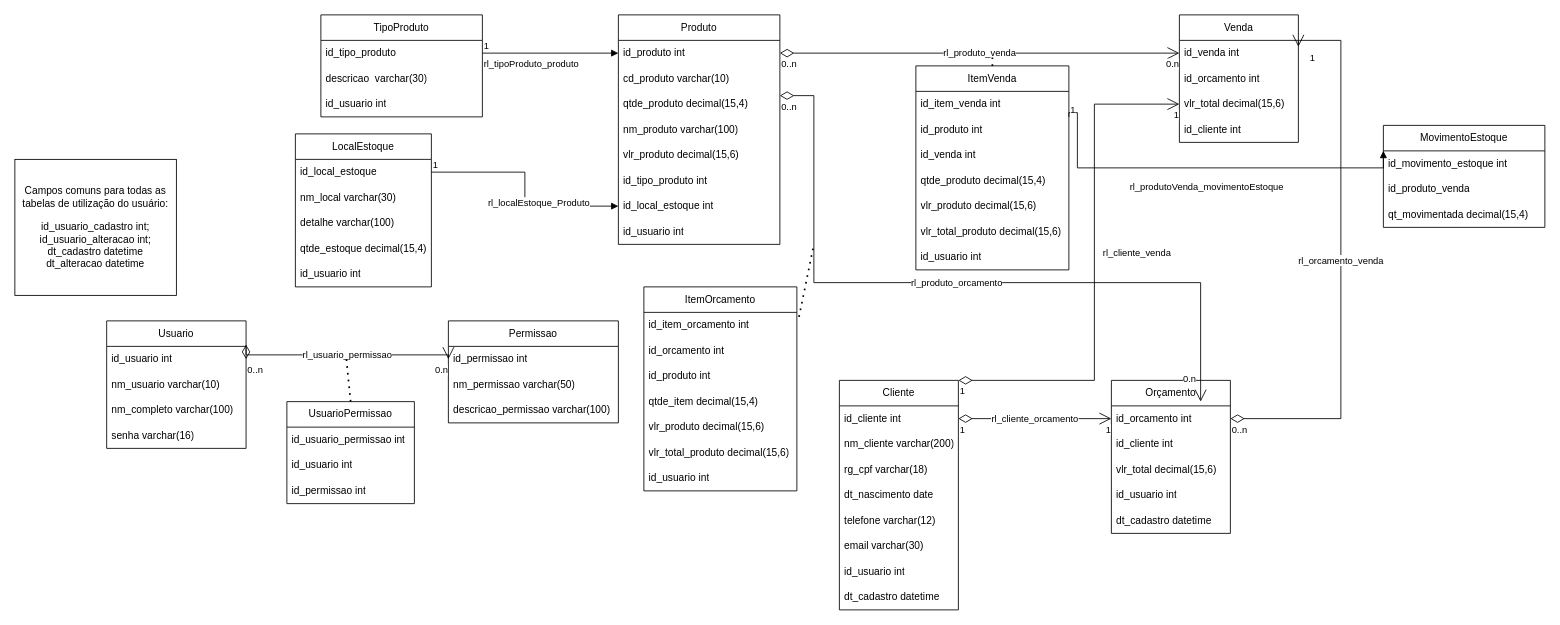
GabrielCastilhoRodrigues/LojaCelular keeps this draw.io diagram as Diagrama sem nome.drawio. Above is the earlier version. Source tidied: cells renumbered, new cells numbered last; positions are measured from the earlier drawing's top-left corner, leaving out a move shared by most shapes. Both pictures are drawn from the tidied source at 85%, with x=0, y=0 at pixel (14, 14).
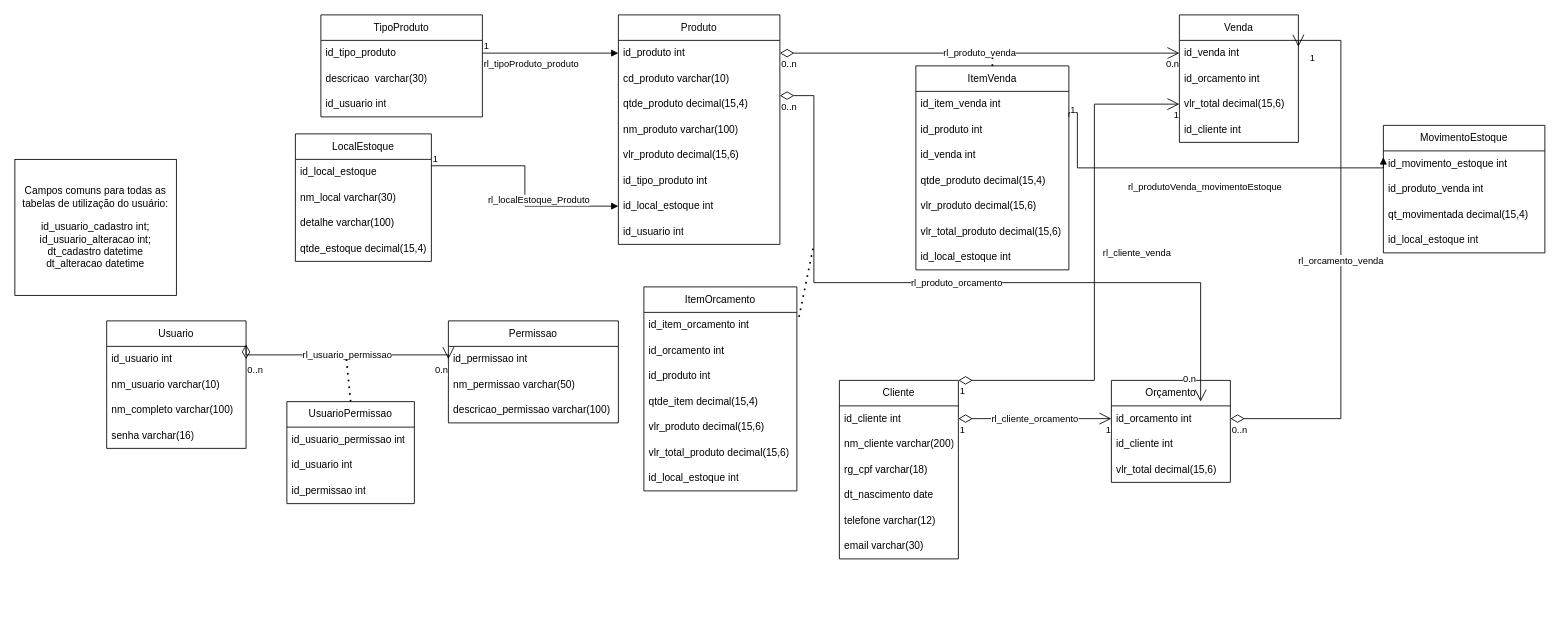
After the change.

Commit message:
Ajuste ID de local de estoque

The change refers to these unchanged cells:
```xml
<mxCell id="16" value="ItemVenda" style="swimlane;fontStyle=0;horizontal=1;startSize=30;whiteSpace=wrap;html=1;" parent="1" vertex="1">
  <mxGeometry x="1060" y="60" width="180" height="240" as="geometry" />
</mxCell>
<mxCell id="49" value="ItemOrcamento" style="swimlane;fontStyle=0;horizontal=1;startSize=30;whiteSpace=wrap;html=1;" parent="1" vertex="1">
  <mxGeometry x="740" y="320" width="180" height="240" as="geometry" />
</mxCell>
```

What changed in the source:
```diff
@@
-    <mxCell id="23" value="id_usuario int" style="text;strokeColor=none;fillColor=none;align=left;verticalAlign=middle;spacingLeft=4;spacingRight=4;overflow=hidden;whiteSpace=wrap;html=1;" parent="16" vertex="1">
+    <mxCell id="23" value="id_local_estoque int" style="text;strokeColor=none;fillColor=none;align=left;verticalAlign=middle;spacingLeft=4;spacingRight=4;overflow=hidden;whiteSpace=wrap;html=1;" parent="16" vertex="1">
       <mxGeometry y="210" width="180" height="30" as="geometry" />
     </mxCell>
@@
     <mxCell id="28" value="Cliente" style="swimlane;fontStyle=0;horizontal=1;startSize=30;whiteSpace=wrap;html=1;" parent="1" vertex="1">
-      <mxGeometry x="970" y="430" width="140" height="270" as="geometry" />
+      <mxGeometry x="970" y="430" width="140" height="210" as="geometry" />
     </mxCell>
@@
-    <mxCell id="35" value="id_usuario int" style="text;strokeColor=none;fillColor=none;align=left;verticalAlign=middle;spacingLeft=4;spacingRight=4;overflow=hidden;whiteSpace=wrap;html=1;" parent="28" vertex="1">
-      <mxGeometry y="210" width="140" height="30" as="geometry" />
-    </mxCell>
-    <mxCell id="36" value="dt_cadastro datetime" style="text;strokeColor=none;fillColor=none;align=left;verticalAlign=middle;spacingLeft=4;spacingRight=4;overflow=hidden;whiteSpace=wrap;html=1;" parent="28" vertex="1">
-      <mxGeometry y="240" width="140" height="30" as="geometry" />
-    </mxCell>
     <mxCell id="37" value="Orçamento" style="swimlane;fontStyle=0;horizontal=1;startSize=30;whiteSpace=wrap;html=1;" parent="1" vertex="1">
-      <mxGeometry x="1290" y="430" width="140" height="180" as="geometry" />
+      <mxGeometry x="1290" y="430" width="140" height="120" as="geometry" />
     </mxCell>
@@
-    <mxCell id="41" value="id_usuario int" style="text;strokeColor=none;fillColor=none;align=left;verticalAlign=middle;spacingLeft=4;spacingRight=4;overflow=hidden;whiteSpace=wrap;html=1;" parent="37" vertex="1">
-      <mxGeometry y="120" width="140" height="30" as="geometry" />
-    </mxCell>
-    <mxCell id="42" value="dt_cadastro datetime" style="text;strokeColor=none;fillColor=none;align=left;verticalAlign=middle;spacingLeft=4;spacingRight=4;overflow=hidden;whiteSpace=wrap;html=1;" parent="37" vertex="1">
-      <mxGeometry y="150" width="140" height="30" as="geometry" />
-    </mxCell>
@@
-    <mxCell id="56" value="id_usuario int" style="text;strokeColor=none;fillColor=none;align=left;verticalAlign=middle;spacingLeft=4;spacingRight=4;overflow=hidden;whiteSpace=wrap;html=1;" parent="49" vertex="1">
-      <mxGeometry y="210" width="180" height="30" as="geometry" />
-    </mxCell>
+    <mxCell id="102" value="id_local_estoque int" style="text;strokeColor=none;fillColor=none;align=left;verticalAlign=middle;spacingLeft=4;spacingRight=4;overflow=hidden;whiteSpace=wrap;html=1;" parent="49" vertex="1">
+      <mxGeometry y="210" width="180" height="30" as="geometry" />
+    </mxCell>
@@
     <mxCell id="61" value="MovimentoEstoque" style="swimlane;fontStyle=0;horizontal=1;startSize=30;whiteSpace=wrap;html=1;" parent="1" vertex="1">
-      <mxGeometry x="1610" y="130" width="190" height="120" as="geometry" />
+      <mxGeometry x="1610" y="130" width="190" height="150" as="geometry" />
     </mxCell>
@@
-    <mxCell id="63" value="id_produto_venda" style="text;strokeColor=none;fillColor=none;align=left;verticalAlign=middle;spacingLeft=4;spacingRight=4;overflow=hidden;whiteSpace=wrap;html=1;" parent="61" vertex="1">
+    <mxCell id="63" value="id_produto_venda int" style="text;strokeColor=none;fillColor=none;align=left;verticalAlign=middle;spacingLeft=4;spacingRight=4;overflow=hidden;whiteSpace=wrap;html=1;" parent="61" vertex="1">
       <mxGeometry y="60" width="190" height="30" as="geometry" />
     </mxCell>
@@
+    <mxCell id="103" value="id_local_estoque int" style="text;strokeColor=none;fillColor=none;align=left;verticalAlign=middle;spacingLeft=4;spacingRight=4;overflow=hidden;whiteSpace=wrap;html=1;" parent="61" vertex="1">
+      <mxGeometry y="120" width="190" height="30" as="geometry" />
+    </mxCell>
@@
     <mxCell id="73" value="LocalEstoque" style="swimlane;fontStyle=0;horizontal=1;startSize=30;whiteSpace=wrap;html=1;" parent="1" vertex="1">
-      <mxGeometry x="330" y="140" width="160" height="180" as="geometry" />
+      <mxGeometry x="330" y="140" width="160" height="150" as="geometry" />
     </mxCell>
@@
-    <mxCell id="78" value="id_usuario int" style="text;strokeColor=none;fillColor=none;align=left;verticalAlign=middle;spacingLeft=4;spacingRight=4;overflow=hidden;whiteSpace=wrap;html=1;" parent="73" vertex="1">
-      <mxGeometry y="150" width="160" height="30" as="geometry" />
-    </mxCell>
```
